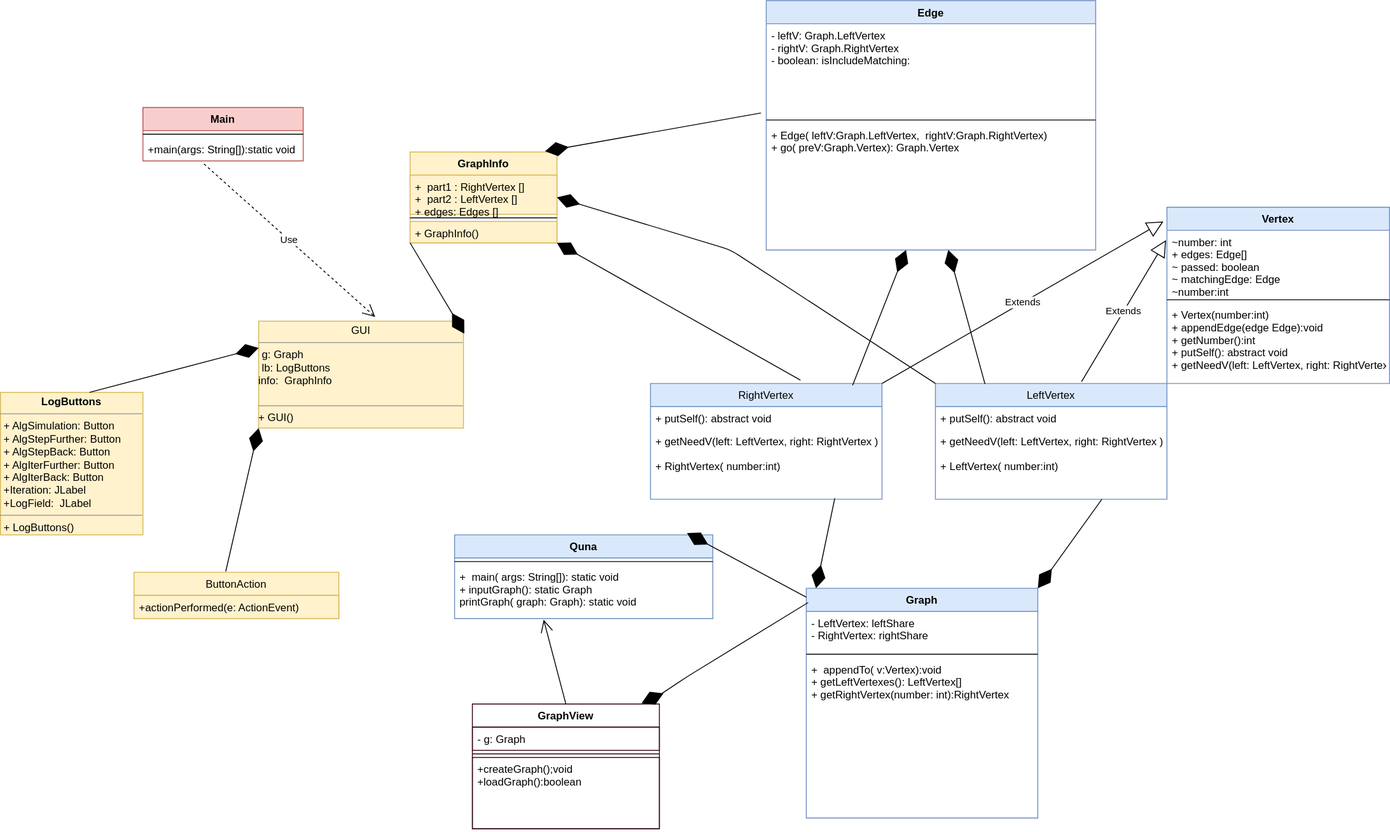
Above: First_Iteration/Diagrams/classesDiagram.svg in ImSOLty/SummerPractice_9381_4_group (draw.io), before the change. Source tidied: cells renumbered, new cells last; positions are measured from the earlier drawing's top-left corner, leaving out a move shared by most shapes.
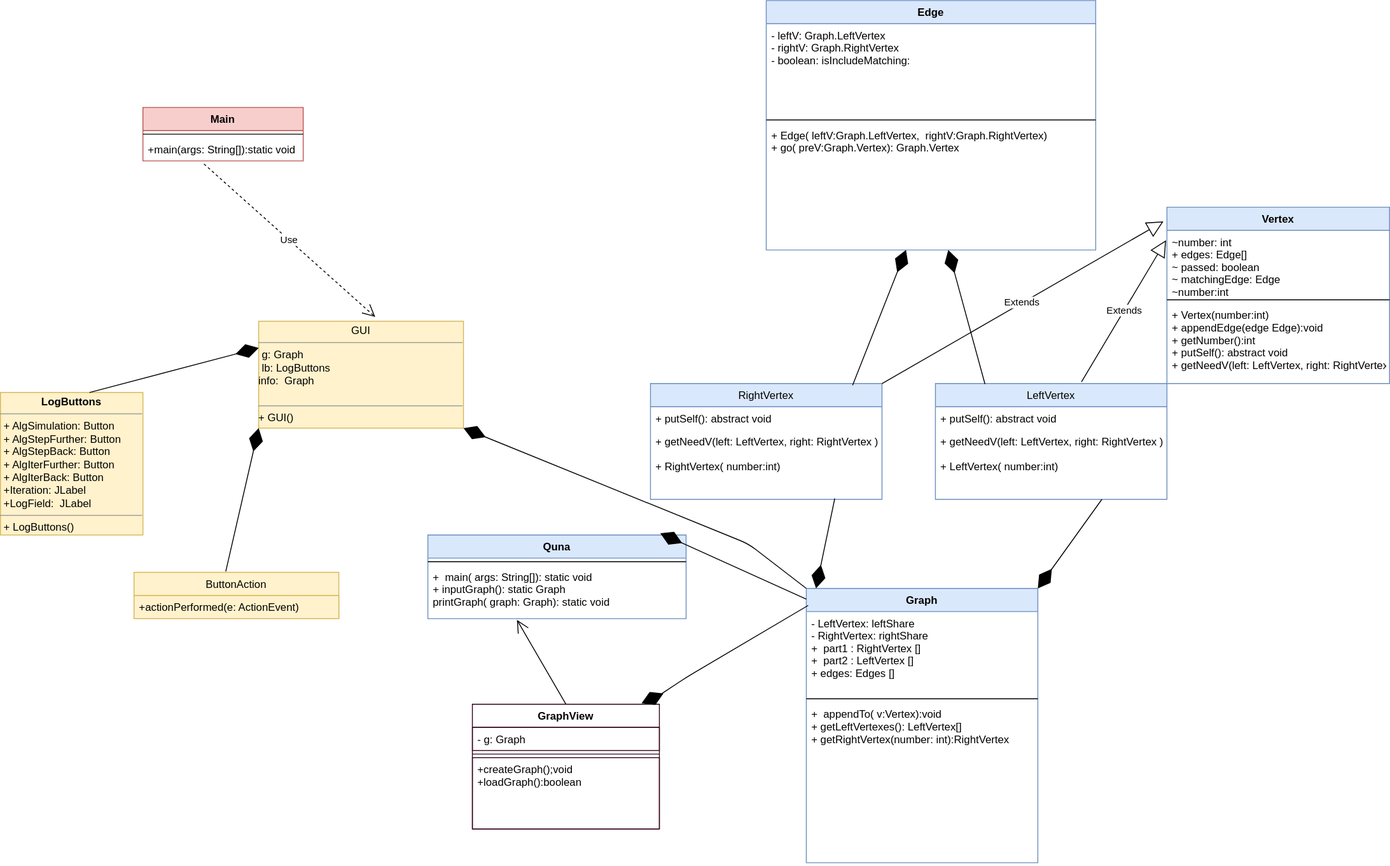
The same diagram one commit later.

The edit, as a diff of the source:
```diff
@@ -3,16 +3,16 @@
     <mxCell id="0" />
     <mxCell id="1" parent="0" />
     <mxCell id="2" value="Graph" style="swimlane;fontStyle=1;align=center;verticalAlign=top;horizontal=1;startSize=26;fillColor=#dae8fc;strokeColor=#6c8ebf;" parent="1" vertex="1">
-      <mxGeometry x="905" y="660" width="260" height="258" as="geometry" />
+      <mxGeometry x="905" y="660" width="260" height="308" as="geometry" />
     </mxCell>
-    <mxCell id="3" value="- LeftVertex: leftShare&#10;- RightVertex: rightShare&#10;" style="text;strokeColor=none;fillColor=none;align=left;verticalAlign=top;spacingLeft=4;spacingRight=4;overflow=hidden;" parent="2" vertex="1">
-      <mxGeometry y="26" width="260" height="44" as="geometry" />
+    <mxCell id="3" value="- LeftVertex: leftShare&#10;- RightVertex: rightShare&#10;+  part1 : RightVertex []&#10;+  part2 : LeftVertex []&#10;+ edges: Edges []&#10; &#10;" style="text;strokeColor=none;fillColor=none;align=left;verticalAlign=top;spacingLeft=4;spacingRight=4;overflow=hidden;" parent="2" vertex="1">
+      <mxGeometry y="26" width="260" height="94" as="geometry" />
     </mxCell>
     <mxCell id="4" style="line;strokeWidth=1;fillColor=none;align=left;verticalAlign=middle;spacingTop=-1;spacingLeft=3;spacingRight=3;labelPosition=right;" parent="2" vertex="1">
-      <mxGeometry y="70" width="260" height="8" as="geometry" />
+      <mxGeometry y="120" width="260" height="8" as="geometry" />
     </mxCell>
     <mxCell id="5" value="+  appendTo( v:Vertex):void&#10;+ getLeftVertexes(): LeftVertex[]&#10;+ getRightVertex(number: int):RightVertex" style="text;strokeColor=none;fillColor=none;align=left;verticalAlign=top;spacingLeft=4;spacingRight=4;overflow=hidden;" parent="2" vertex="1">
-      <mxGeometry y="78" width="260" height="180" as="geometry" />
+      <mxGeometry y="128" width="260" height="180" as="geometry" />
     </mxCell>
     <mxCell id="6" value="Vertex" style="swimlane;fontStyle=1;align=center;verticalAlign=top;horizontal=1;startSize=26;fillColor=#dae8fc;strokeColor=#6c8ebf;" parent="1" vertex="1">
       <mxGeometry x="1310" y="232" width="250" height="198" as="geometry" />
@@ -45,7 +45,7 @@
       <mxGeometry y="52" width="260" height="78" as="geometry" />
     </mxCell>
     <mxCell id="16" value="Quna" style="swimlane;fontStyle=1;align=center;verticalAlign=top;horizontal=1;startSize=26;fillColor=#dae8fc;strokeColor=#6c8ebf;" parent="1" vertex="1">
-      <mxGeometry x="510" y="600" width="290" height="94" as="geometry" />
+      <mxGeometry x="480" y="600" width="290" height="94" as="geometry" />
     </mxCell>
     <mxCell id="17" style="line;strokeWidth=1;fillColor=none;align=left;verticalAlign=middle;spacingTop=-1;spacingLeft=3;spacingRight=3;labelPosition=right;" parent="16" vertex="1">
       <mxGeometry y="26" width="290" height="8" as="geometry" />
@@ -95,7 +95,7 @@
     <mxCell id="32" value="&lt;p style=&quot;margin: 0px ; margin-top: 4px ; text-align: center&quot;&gt;&lt;b&gt;LogButtons&lt;/b&gt;&lt;/p&gt;&lt;hr size=&quot;1&quot;&gt;&lt;p style=&quot;margin: 0px ; margin-left: 4px&quot;&gt;+ AlgSimulation: Button&lt;br style=&quot;padding: 0px ; margin: 0px&quot;&gt;+ AlgStepFurther: Button&lt;br style=&quot;padding: 0px ; margin: 0px&quot;&gt;+ AlgStepBack: Button&lt;br style=&quot;padding: 0px ; margin: 0px&quot;&gt;+ AlgIterFurther: Button&amp;nbsp;&lt;br style=&quot;padding: 0px ; margin: 0px&quot;&gt;+ AlgIterBack: Button&lt;br style=&quot;padding: 0px ; margin: 0px&quot;&gt;+Iteration: JLabel&lt;br style=&quot;padding: 0px ; margin: 0px&quot;&gt;+LogField:&amp;nbsp; JLabel&lt;br&gt;&lt;/p&gt;&lt;hr size=&quot;1&quot;&gt;&lt;p style=&quot;margin: 0px ; margin-left: 4px&quot;&gt;+ LogButtons()&lt;/p&gt;&lt;p style=&quot;margin: 0px ; margin-left: 4px&quot;&gt;&lt;br&gt;&lt;/p&gt;" style="verticalAlign=top;align=left;overflow=fill;fontSize=12;fontFamily=Helvetica;html=1;fillColor=#fff2cc;strokeColor=#d6b656;" parent="1" vertex="1">
       <mxGeometry y="440" width="160" height="160" as="geometry" />
     </mxCell>
-    <mxCell id="33" value="&lt;p style=&quot;margin: 0px ; margin-top: 4px ; text-align: center&quot;&gt;GUI&lt;br&gt;&lt;/p&gt;&lt;hr size=&quot;1&quot;&gt;&lt;p style=&quot;margin: 0px ; margin-left: 4px&quot;&gt;g: Graph&lt;/p&gt;&lt;p style=&quot;margin: 0px ; margin-left: 4px&quot;&gt;lb: LogButtons&lt;span&gt;&amp;nbsp;&lt;/span&gt;&lt;/p&gt;&lt;span&gt;info:&amp;nbsp;&lt;/span&gt;&amp;nbsp;GraphInfo&amp;nbsp;&lt;br&gt;&lt;br&gt;&lt;hr size=&quot;1&quot;&gt;&lt;p style=&quot;margin: 0px ; margin-left: 4px&quot;&gt;&lt;/p&gt;&lt;span style=&quot;text-align: center&quot;&gt;+ GUI()&lt;br&gt;&lt;br&gt;&lt;/span&gt;" style="verticalAlign=top;align=left;overflow=fill;fontSize=12;fontFamily=Helvetica;html=1;fillColor=#fff2cc;strokeColor=#d6b656;" parent="1" vertex="1">
+    <mxCell id="33" value="&lt;p style=&quot;margin: 0px ; margin-top: 4px ; text-align: center&quot;&gt;GUI&lt;br&gt;&lt;/p&gt;&lt;hr size=&quot;1&quot;&gt;&lt;p style=&quot;margin: 0px ; margin-left: 4px&quot;&gt;g: Graph&lt;/p&gt;&lt;p style=&quot;margin: 0px ; margin-left: 4px&quot;&gt;lb: LogButtons&lt;span&gt;&amp;nbsp;&lt;/span&gt;&lt;/p&gt;&lt;span&gt;info:&amp;nbsp;&lt;/span&gt;&amp;nbsp;Graph&amp;nbsp;&lt;br&gt;&lt;br&gt;&lt;hr size=&quot;1&quot;&gt;&lt;p style=&quot;margin: 0px ; margin-left: 4px&quot;&gt;&lt;/p&gt;&lt;span style=&quot;text-align: center&quot;&gt;+ GUI()&lt;br&gt;&lt;br&gt;&lt;/span&gt;" style="verticalAlign=top;align=left;overflow=fill;fontSize=12;fontFamily=Helvetica;html=1;fillColor=#fff2cc;strokeColor=#d6b656;" parent="1" vertex="1">
       <mxGeometry x="290" y="360" width="230" height="120" as="geometry" />
     </mxCell>
     <mxCell id="34" value="ButtonAction" style="swimlane;fontStyle=0;horizontal=1;startSize=26;fillColor=#fff2cc;strokeColor=#d6b656;" parent="1" vertex="1">
@@ -110,34 +110,6 @@
     <mxCell id="37" style="endArrow=diamondThin;endFill=1;endSize=24;html=1;exitX=0.625;exitY=0;exitDx=0;exitDy=0;exitPerimeter=0;entryX=0;entryY=0.25;entryDx=0;entryDy=0;" parent="1" edge="1" source="32" target="33">
       <mxGeometry relative="1" as="geometry" />
     </mxCell>
-    <mxCell id="38" value="GraphInfo" style="swimlane;fontStyle=1;align=center;verticalAlign=top;horizontal=1;startSize=26;fillColor=#fff2cc;strokeColor=#d6b656;" parent="1" vertex="1">
-      <mxGeometry x="460" y="170" width="165" height="102" as="geometry" />
-    </mxCell>
-    <mxCell id="39" value="+  part1 : RightVertex []&#10;+  part2 : LeftVertex []&#10;+ edges: Edges []&#10; " style="text;strokeColor=#d6b656;fillColor=#fff2cc;align=left;verticalAlign=top;spacingLeft=4;spacingRight=4;overflow=hidden;" parent="38" vertex="1">
-      <mxGeometry y="26" width="165" height="44" as="geometry" />
-    </mxCell>
-    <mxCell id="40" style="line;strokeWidth=1;fillColor=none;align=left;verticalAlign=middle;spacingTop=-1;spacingLeft=3;spacingRight=3;labelPosition=right;" parent="38" vertex="1">
-      <mxGeometry y="70" width="165" height="8" as="geometry" />
-    </mxCell>
-    <mxCell id="41" value="+ GraphInfo()" style="text;strokeColor=#d6b656;fillColor=#fff2cc;align=left;verticalAlign=top;spacingLeft=4;spacingRight=4;overflow=hidden;" parent="38" vertex="1">
-      <mxGeometry y="78" width="165" height="24" as="geometry" />
-    </mxCell>
-    <mxCell id="42" style="endArrow=diamondThin;endFill=1;endSize=24;html=1;exitX=-0.016;exitY=-0.083;exitDx=0;exitDy=0;exitPerimeter=0;entryX=0.919;entryY=-0.008;entryDx=0;entryDy=0;entryPerimeter=0;" parent="1" edge="1" source="22" target="38">
-      <mxGeometry relative="1" as="geometry" />
-    </mxCell>
-    <mxCell id="43" style="endArrow=diamondThin;endFill=1;endSize=24;html=1;exitX=0.648;exitY=-0.029;exitDx=0;exitDy=0;exitPerimeter=0;entryX=1;entryY=1;entryDx=0;entryDy=0;" parent="1" edge="1" source="10" target="38">
-      <mxGeometry relative="1" as="geometry" />
-    </mxCell>
-    <mxCell id="44" style="endArrow=diamondThin;endFill=1;endSize=24;html=1;exitX=0;exitY=0;exitDx=0;exitDy=0;entryX=1;entryY=0.5;entryDx=0;entryDy=0;" parent="1" edge="1" source="13" target="38">
-      <mxGeometry relative="1" as="geometry">
-        <Array as="points">
-          <mxPoint x="820" y="280" />
-        </Array>
-      </mxGeometry>
-    </mxCell>
-    <mxCell id="45" style="endArrow=diamondThin;endFill=1;endSize=24;html=1;exitX=0;exitY=1;exitDx=0;exitDy=0;entryX=1.004;entryY=0.117;entryDx=0;entryDy=0;entryPerimeter=0;" parent="1" edge="1" source="38" target="33">
-      <mxGeometry relative="1" as="geometry" />
-    </mxCell>
     <mxCell id="46" value="Use" style="endArrow=open;endSize=12;dashed=1;html=1;exitX=0.381;exitY=1.131;exitDx=0;exitDy=0;exitPerimeter=0;entryX=0.569;entryY=-0.04;entryDx=0;entryDy=0;entryPerimeter=0;" parent="1" edge="1" source="25" target="33">
       <mxGeometry relative="1" as="geometry" />
     </mxCell>
@@ -168,5 +140,12 @@
     <mxCell id="53" style="endArrow=open;endFill=1;endSize=12;html=1;exitX=0.5;exitY=0;exitDx=0;exitDy=0;entryX=0.345;entryY=1.022;entryDx=0;entryDy=0;entryPerimeter=0;" parent="1" edge="1" source="47" target="18">
       <mxGeometry relative="1" as="geometry" />
     </mxCell>
+    <mxCell id="54" style="endArrow=diamondThin;endFill=1;endSize=24;html=1;exitX=0;exitY=0;exitDx=0;exitDy=0;entryX=1;entryY=1;entryDx=0;entryDy=0;" parent="1" edge="1" source="2" target="33">
+      <mxGeometry relative="1" as="geometry">
+        <Array as="points">
+          <mxPoint x="840" y="610" />
+        </Array>
+      </mxGeometry>
+    </mxCell>
   </root>
 </mxGraphModel>
```
